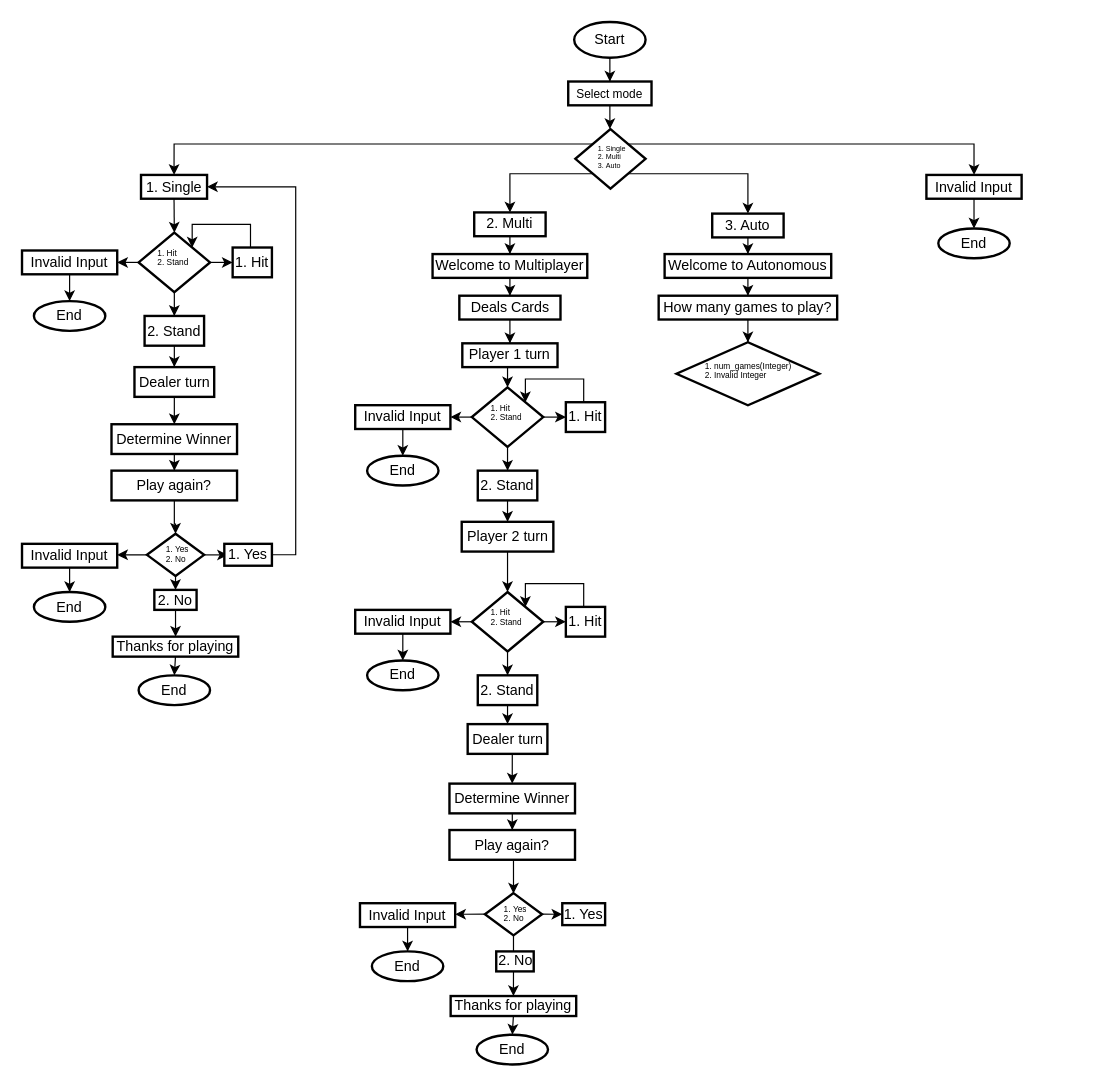
mmaritzz/LC-Project keeps this draw.io diagram as Untitled Diagram.drawio. Above is the earlier version. Source tidied: cells renumbered, new cells numbered last; positions are measured from the earlier drawing's top-left corner, leaving out a move shared by most shapes. Both pictures are drawn from the tidied source at 119%, with x=0, y=0 at pixel (21, 21).
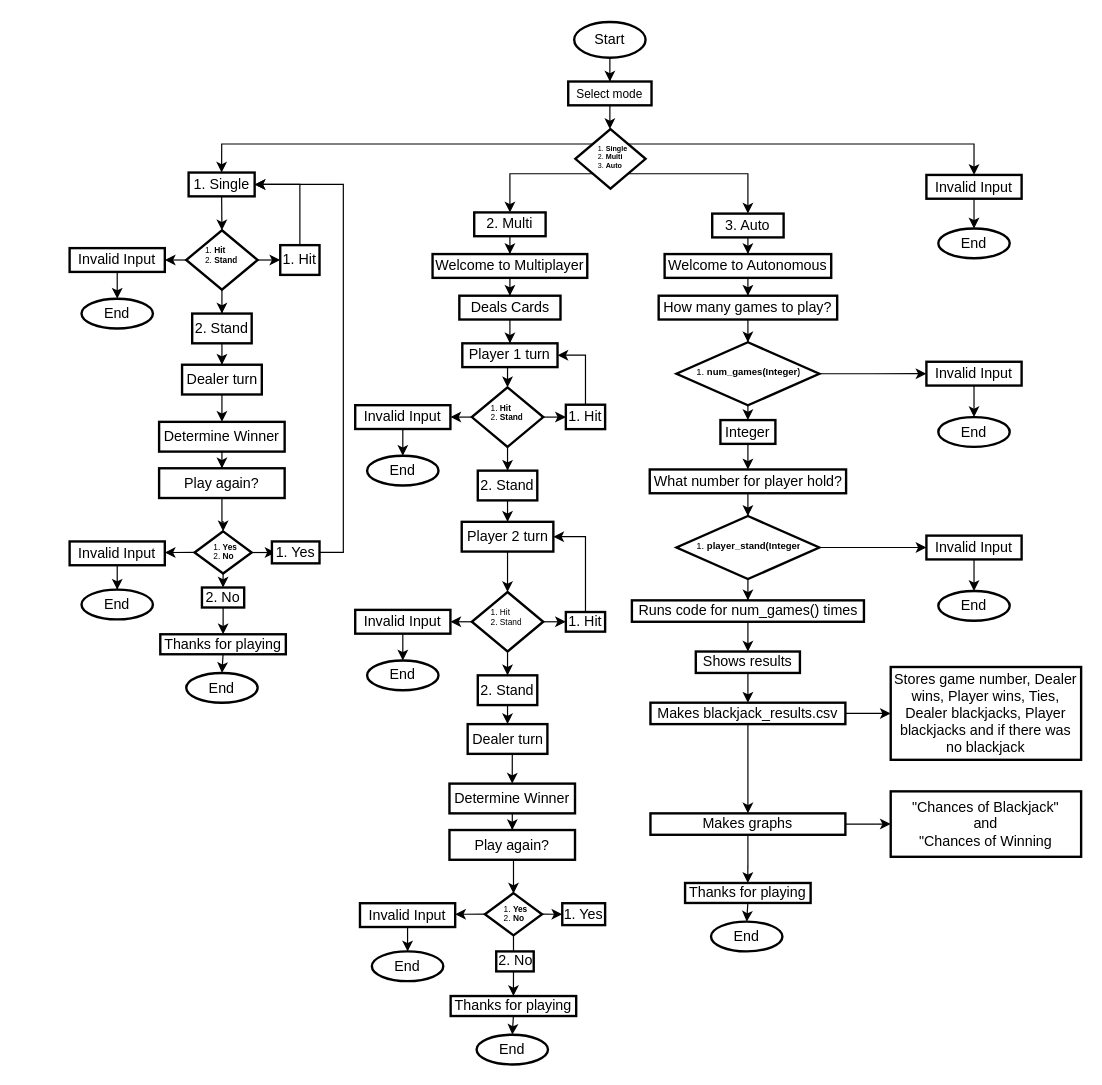
After the change.

The change refers to these unchanged cells:
```xml
<mxCell id="29" style="rhombus;whiteSpace=wrap;html=1;strokeWidth=2;" parent="1" vertex="1">
  <mxGeometry x="378" y="307" width="60" height="50" as="geometry" />
</mxCell>
<mxCell id="39" value="Player 1 turn" style="whiteSpace=wrap;html=1;strokeWidth=2;" parent="1" vertex="1">
  <mxGeometry x="370" y="270" width="80" height="20" as="geometry" />
</mxCell>
<mxCell id="41" value="Player 2 turn" style="whiteSpace=wrap;html=1;strokeWidth=2;" parent="1" vertex="1">
  <mxGeometry x="369.5" y="420" width="77" height="25" as="geometry" />
</mxCell>
<mxCell id="45" style="rhombus;whiteSpace=wrap;html=1;strokeWidth=2;" parent="1" vertex="1">
  <mxGeometry x="378" y="479" width="60" height="50" as="geometry" />
</mxCell>
<mxCell id="112" style="rhombus;whiteSpace=wrap;html=1;strokeWidth=2;" parent="1" vertex="1">
  <mxGeometry x="550" y="269.1" width="120" height="53" as="geometry" />
</mxCell>
```

Diff of the diagram source:
```diff
@@
-    <mxCell id="12" value="&lt;ol style=&quot;font-size: 6px;&quot;&gt;&lt;li&gt;Single&lt;/li&gt;&lt;li&gt;Multi&lt;/li&gt;&lt;li&gt;Auto&lt;/li&gt;&lt;/ol&gt;" style="text;strokeColor=none;fillColor=none;html=1;whiteSpace=wrap;verticalAlign=middle;overflow=hidden;" parent="1" vertex="1">
+    <mxCell id="12" value="&lt;ol style=&quot;font-size: 6px;&quot;&gt;&lt;li&gt;&lt;b&gt;Single&lt;/b&gt;&lt;/li&gt;&lt;li&gt;&lt;b&gt;Multi&lt;/b&gt;&lt;/li&gt;&lt;li&gt;&lt;b&gt;Auto&lt;/b&gt;&lt;/li&gt;&lt;/ol&gt;" style="text;strokeColor=none;fillColor=none;html=1;whiteSpace=wrap;verticalAlign=middle;overflow=hidden;" parent="1" vertex="1">
       <mxGeometry x="449" y="96" width="60" height="32.5" as="geometry" />
     </mxCell>
@@
     <mxCell id="14" value="1. Single" style="whiteSpace=wrap;html=1;strokeWidth=2;" parent="1" vertex="1">
-      <mxGeometry x="100" y="128.5" width="55.5" height="20" as="geometry" />
+      <mxGeometry x="140" y="126.5" width="55.5" height="20" as="geometry" />
     </mxCell>
@@
-    <mxCell id="30" value="&lt;ol style=&quot;font-size: 7px;&quot;&gt;&lt;li&gt;Hit&lt;/li&gt;&lt;li&gt;Stand&lt;/li&gt;&lt;/ol&gt;" style="text;strokeColor=none;fillColor=none;html=1;whiteSpace=wrap;verticalAlign=middle;overflow=hidden;" parent="1" vertex="1">
+    <mxCell id="30" value="&lt;ol style=&quot;font-size: 7px;&quot;&gt;&lt;li&gt;&lt;b&gt;Hit&lt;/b&gt;&lt;/li&gt;&lt;li&gt;&lt;b&gt;Stand&lt;/b&gt;&lt;/li&gt;&lt;/ol&gt;" style="text;strokeColor=none;fillColor=none;html=1;whiteSpace=wrap;verticalAlign=middle;overflow=hidden;" parent="1" vertex="1">
       <mxGeometry x="360" y="311" width="65" height="27" as="geometry" />
     </mxCell>
-    <mxCell id="31" style="edgeStyle=orthogonalEdgeStyle;rounded=0;jettySize=auto;html=1;exitX=0.5;exitY=0;exitDx=0;exitDy=0;entryX=1;entryY=0;entryDx=0;entryDy=0;" parent="1" edge="1" source="32" target="29">
-      <mxGeometry relative="1" as="geometry">
-        <Array as="points">
-          <mxPoint x="472" y="300" />
-          <mxPoint x="423" y="300" />
-        </Array>
-      </mxGeometry>
-    </mxCell>
+    <mxCell id="114" style="edgeStyle=orthogonalEdgeStyle;rounded=0;jettySize=auto;html=1;exitX=0.5;exitY=0;exitDx=0;exitDy=0;entryX=1;entryY=0.5;entryDx=0;entryDy=0;" parent="1" edge="1" source="32" target="39">
+      <mxGeometry relative="1" as="geometry" />
+    </mxCell>
     <mxCell id="32" value="1. Hit" style="whiteSpace=wrap;html=1;strokeWidth=2;" parent="1" vertex="1">
-      <mxGeometry x="457" y="319.5" width="33" height="25" as="geometry" />
+      <mxGeometry x="457" y="321.6" width="33" height="20.5" as="geometry" />
     </mxCell>
@@
-    <mxCell id="47" style="edgeStyle=orthogonalEdgeStyle;rounded=0;jettySize=auto;html=1;exitX=0.5;exitY=0;exitDx=0;exitDy=0;entryX=1;entryY=0;entryDx=0;entryDy=0;" parent="1" edge="1" source="48" target="45">
-      <mxGeometry relative="1" as="geometry">
-        <Array as="points">
-          <mxPoint x="472" y="472" />
-          <mxPoint x="423" y="472" />
-        </Array>
-      </mxGeometry>
-    </mxCell>
+    <mxCell id="115" style="edgeStyle=orthogonalEdgeStyle;rounded=0;jettySize=auto;html=1;exitX=0.5;exitY=0;exitDx=0;exitDy=0;entryX=1;entryY=0.5;entryDx=0;entryDy=0;" parent="1" edge="1" source="48" target="41">
+      <mxGeometry relative="1" as="geometry" />
+    </mxCell>
     <mxCell id="48" value="1. Hit" style="whiteSpace=wrap;html=1;strokeWidth=2;" parent="1" vertex="1">
-      <mxGeometry x="457" y="491.5" width="33" height="25" as="geometry" />
+      <mxGeometry x="457" y="495.8" width="33" height="16.5" as="geometry" />
     </mxCell>
@@
     <mxCell id="57" style="rhombus;whiteSpace=wrap;html=1;strokeWidth=2;" parent="1" vertex="1">
-      <mxGeometry x="98" y="177" width="60" height="50" as="geometry" />
+      <mxGeometry x="138" y="175" width="60" height="50" as="geometry" />
     </mxCell>
-    <mxCell id="58" value="&lt;ol style=&quot;font-size: 7px;&quot;&gt;&lt;li&gt;Hit&lt;/li&gt;&lt;li&gt;Stand&lt;/li&gt;&lt;/ol&gt;" style="text;strokeColor=none;fillColor=none;html=1;whiteSpace=wrap;verticalAlign=middle;overflow=hidden;" parent="1" vertex="1">
-      <mxGeometry x="80" y="181" width="65" height="27" as="geometry" />
+    <mxCell id="58" value="&lt;ol style=&quot;font-size: 7px;&quot;&gt;&lt;li&gt;&lt;b&gt;Hit&lt;/b&gt;&lt;/li&gt;&lt;li&gt;&lt;b&gt;Stand&lt;/b&gt;&lt;/li&gt;&lt;/ol&gt;" style="text;strokeColor=none;fillColor=none;html=1;whiteSpace=wrap;verticalAlign=middle;overflow=hidden;" parent="1" vertex="1">
+      <mxGeometry x="120" y="179" width="65" height="27" as="geometry" />
     </mxCell>
-    <mxCell id="59" style="edgeStyle=orthogonalEdgeStyle;rounded=0;jettySize=auto;html=1;exitX=0.5;exitY=0;exitDx=0;exitDy=0;entryX=1;entryY=0;entryDx=0;entryDy=0;" parent="1" edge="1" source="60" target="57">
-      <mxGeometry relative="1" as="geometry">
-        <Array as="points">
-          <mxPoint x="192" y="170" />
-          <mxPoint x="143" y="170" />
-        </Array>
-      </mxGeometry>
-    </mxCell>
+    <mxCell id="116" style="edgeStyle=orthogonalEdgeStyle;rounded=0;jettySize=auto;html=1;exitX=0.5;exitY=0;exitDx=0;exitDy=0;entryX=1;entryY=0.5;entryDx=0;entryDy=0;" parent="1" edge="1" source="60" target="14">
+      <mxGeometry relative="1" as="geometry" />
+    </mxCell>
     <mxCell id="60" value="1. Hit" style="whiteSpace=wrap;html=1;strokeWidth=2;" parent="1" vertex="1">
-      <mxGeometry x="177" y="189.5" width="33" height="25" as="geometry" />
+      <mxGeometry x="217" y="187.5" width="33" height="25" as="geometry" />
     </mxCell>
@@
     <mxCell id="62" value="Invalid Input" style="whiteSpace=wrap;html=1;strokeWidth=2;" parent="1" vertex="1">
-      <mxGeometry y="192" width="80" height="20" as="geometry" />
+      <mxGeometry x="40" y="190" width="80" height="20" as="geometry" />
     </mxCell>
     <mxCell id="63" value="End" style="ellipse;whiteSpace=wrap;html=1;strokeWidth=2;" parent="1" vertex="1">
-      <mxGeometry x="10" y="234.5" width="60" height="25" as="geometry" />
+      <mxGeometry x="50" y="232.5" width="60" height="25" as="geometry" />
     </mxCell>
@@
     <mxCell id="65" value="2. Stand" style="whiteSpace=wrap;html=1;strokeWidth=2;" parent="1" vertex="1">
-      <mxGeometry x="103" y="247" width="50" height="25" as="geometry" />
+      <mxGeometry x="143" y="245" width="50" height="25" as="geometry" />
     </mxCell>
@@
     <mxCell id="67" value="Dealer turn" style="whiteSpace=wrap;html=1;strokeWidth=2;" parent="1" vertex="1">
-      <mxGeometry x="94.5" y="290" width="67" height="25" as="geometry" />
+      <mxGeometry x="134.5" y="288" width="67" height="25" as="geometry" />
     </mxCell>
@@
     <mxCell id="71" value="Determine Winner" style="whiteSpace=wrap;html=1;strokeWidth=2;" parent="1" vertex="1">
-      <mxGeometry x="75.2" y="338" width="105.5" height="25" as="geometry" />
+      <mxGeometry x="115.2" y="336" width="105.5" height="25" as="geometry" />
     </mxCell>
@@
     <mxCell id="73" value="Play again?" style="whiteSpace=wrap;html=1;strokeWidth=2;" parent="1" vertex="1">
-      <mxGeometry x="75.2" y="377" width="105.5" height="25" as="geometry" />
+      <mxGeometry x="115.2" y="375" width="105.5" height="25" as="geometry" />
     </mxCell>
     <mxCell id="74" style="edgeStyle=orthogonalEdgeStyle;rounded=0;jettySize=auto;html=1;entryX=1;entryY=0.5;entryDx=0;entryDy=0;exitX=1;exitY=0.5;exitDx=0;exitDy=0;" parent="1" edge="1" source="80" target="14">
       <mxGeometry relative="1" as="geometry">
         <Array as="points">
-          <mxPoint x="230" y="448" />
-          <mxPoint x="230" y="139" />
+          <mxPoint x="270" y="446" />
+          <mxPoint x="270" y="137" />
         </Array>
       </mxGeometry>
     </mxCell>
@@
     <mxCell id="78" style="rhombus;whiteSpace=wrap;html=1;strokeWidth=2;" parent="1" vertex="1">
-      <mxGeometry x="105" y="430" width="48" height="35.5" as="geometry" />
+      <mxGeometry x="145" y="428" width="48" height="35.5" as="geometry" />
     </mxCell>
-    <mxCell id="79" value="&lt;ol style=&quot;font-size: 7px;&quot;&gt;&lt;li&gt;Yes&lt;/li&gt;&lt;li&gt;No&lt;/li&gt;&lt;/ol&gt;" style="text;strokeColor=none;fillColor=none;html=1;whiteSpace=wrap;verticalAlign=middle;overflow=hidden;" parent="1" vertex="1">
-      <mxGeometry x="87" y="430" width="63" height="32" as="geometry" />
+    <mxCell id="79" value="&lt;ol style=&quot;font-size: 7px;&quot;&gt;&lt;li&gt;&lt;b&gt;Yes&lt;/b&gt;&lt;/li&gt;&lt;li&gt;&lt;b&gt;No&lt;/b&gt;&lt;/li&gt;&lt;/ol&gt;" style="text;strokeColor=none;fillColor=none;html=1;whiteSpace=wrap;verticalAlign=middle;overflow=hidden;" parent="1" vertex="1">
+      <mxGeometry x="127" y="428" width="63" height="32" as="geometry" />
     </mxCell>
     <mxCell id="80" value="1. Yes" style="whiteSpace=wrap;html=1;strokeWidth=2;" parent="1" vertex="1">
-      <mxGeometry x="170" y="438.5" width="40" height="18.4" as="geometry" />
+      <mxGeometry x="210" y="436.5" width="40" height="18.4" as="geometry" />
     </mxCell>
@@
     <mxCell id="82" value="2. No" style="whiteSpace=wrap;html=1;strokeWidth=2;" parent="1" vertex="1">
-      <mxGeometry x="111.2" y="477.2" width="35.5" height="16.8" as="geometry" />
+      <mxGeometry x="151.2" y="475.2" width="35.5" height="16.8" as="geometry" />
     </mxCell>
@@
     <mxCell id="84" value="Invalid Input" style="whiteSpace=wrap;html=1;strokeWidth=2;" parent="1" vertex="1">
-      <mxGeometry y="438.5" width="80" height="20" as="geometry" />
+      <mxGeometry x="40" y="436.5" width="80" height="20" as="geometry" />
     </mxCell>
     <mxCell id="85" value="End" style="ellipse;whiteSpace=wrap;html=1;strokeWidth=2;" parent="1" vertex="1">
-      <mxGeometry x="10" y="479" width="60" height="25" as="geometry" />
+      <mxGeometry x="50" y="477" width="60" height="25" as="geometry" />
     </mxCell>
     <mxCell id="86" value="End" style="ellipse;whiteSpace=wrap;html=1;strokeWidth=2;" parent="1" vertex="1">
-      <mxGeometry x="98" y="549" width="60" height="25" as="geometry" />
+      <mxGeometry x="138" y="547" width="60" height="25" as="geometry" />
     </mxCell>
@@
     <mxCell id="88" value="Thanks for playing" style="whiteSpace=wrap;html=1;strokeWidth=2;" parent="1" vertex="1">
-      <mxGeometry x="76.2" y="516.5" width="105.5" height="16.8" as="geometry" />
+      <mxGeometry x="116.2" y="514.5" width="105.5" height="16.8" as="geometry" />
     </mxCell>
@@
-    <mxCell id="97" value="&lt;ol style=&quot;font-size: 7px;&quot;&gt;&lt;li&gt;Yes&lt;/li&gt;&lt;li&gt;No&lt;/li&gt;&lt;/ol&gt;" style="text;strokeColor=none;fillColor=none;html=1;whiteSpace=wrap;verticalAlign=middle;overflow=hidden;" parent="1" vertex="1">
+    <mxCell id="97" value="&lt;ol style=&quot;font-size: 7px;&quot;&gt;&lt;li&gt;&lt;b&gt;Yes&lt;/b&gt;&lt;/li&gt;&lt;li&gt;&lt;b&gt;No&lt;/b&gt;&lt;/li&gt;&lt;/ol&gt;" style="text;strokeColor=none;fillColor=none;html=1;whiteSpace=wrap;verticalAlign=middle;overflow=hidden;" parent="1" vertex="1">
       <mxGeometry x="371" y="732" width="63" height="32" as="geometry" />
     </mxCell>
@@
+    <mxCell id="117" style="edgeStyle=orthogonalEdgeStyle;rounded=0;jettySize=auto;html=1;exitX=1;exitY=0.5;exitDx=0;exitDy=0;entryX=0;entryY=0.5;entryDx=0;entryDy=0;" parent="1" edge="1" source="112" target="120">
+      <mxGeometry relative="1" as="geometry" />
+    </mxCell>
+    <mxCell id="118" style="edgeStyle=orthogonalEdgeStyle;rounded=0;jettySize=auto;html=1;exitX=0.5;exitY=1;exitDx=0;exitDy=0;entryX=0.5;entryY=0;entryDx=0;entryDy=0;" parent="1" edge="1" source="112" target="134">
+      <mxGeometry relative="1" as="geometry" />
+    </mxCell>
@@
-    <mxCell id="113" value="&lt;ol style=&quot;font-size: 7px;&quot;&gt;&lt;li&gt;num_games(Integer)&lt;/li&gt;&lt;li&gt;Invalid Integer&lt;/li&gt;&lt;/ol&gt;" style="text;strokeColor=none;fillColor=none;html=1;whiteSpace=wrap;verticalAlign=middle;overflow=hidden;" parent="1" vertex="1">
-      <mxGeometry x="540" y="276.6" width="110" height="30.5" as="geometry" />
+    <mxCell id="113" value="&lt;ol style=&quot;font-size: 7px;&quot;&gt;&lt;li style=&quot;font-size: 8px;&quot;&gt;&lt;b&gt;num_games(Integer)&lt;/b&gt;&lt;/li&gt;&lt;/ol&gt;" style="text;strokeColor=none;fillColor=none;html=1;whiteSpace=wrap;verticalAlign=middle;overflow=hidden;" parent="1" vertex="1">
+      <mxGeometry x="534" y="279" width="120" height="30.5" as="geometry" />
     </mxCell>
+    <mxCell id="119" style="edgeStyle=orthogonalEdgeStyle;rounded=0;jettySize=auto;html=1;" parent="1" edge="1" source="120" target="121">
+      <mxGeometry relative="1" as="geometry" />
+    </mxCell>
+    <mxCell id="120" value="Invalid Input" style="whiteSpace=wrap;html=1;strokeWidth=2;" parent="1" vertex="1">
+      <mxGeometry x="760" y="285.5" width="80" height="20" as="geometry" />
+    </mxCell>
+    <mxCell id="121" value="End" style="ellipse;whiteSpace=wrap;html=1;strokeWidth=2;" parent="1" vertex="1">
+      <mxGeometry x="770" y="332" width="60" height="25" as="geometry" />
+    </mxCell>
+    <mxCell id="122" style="edgeStyle=orthogonalEdgeStyle;rounded=0;jettySize=auto;html=1;" parent="1" edge="1" source="123" target="126">
+      <mxGeometry relative="1" as="geometry" />
+    </mxCell>
+    <mxCell id="123" value="What number for player hold?" style="whiteSpace=wrap;html=1;strokeWidth=2;" parent="1" vertex="1">
+      <mxGeometry x="527.5" y="376" width="165" height="20" as="geometry" />
+    </mxCell>
+    <mxCell id="124" style="edgeStyle=orthogonalEdgeStyle;rounded=0;jettySize=auto;html=1;exitX=1;exitY=0.5;exitDx=0;exitDy=0;entryX=0;entryY=0.5;entryDx=0;entryDy=0;" parent="1" edge="1" source="126" target="129">
+      <mxGeometry relative="1" as="geometry" />
+    </mxCell>
+    <mxCell id="125" style="edgeStyle=orthogonalEdgeStyle;rounded=0;jettySize=auto;html=1;" parent="1" edge="1" source="126" target="132">
+      <mxGeometry relative="1" as="geometry" />
+    </mxCell>
+    <mxCell id="126" style="rhombus;whiteSpace=wrap;html=1;strokeWidth=2;" parent="1" vertex="1">
+      <mxGeometry x="550" y="415.1" width="120" height="53" as="geometry" />
+    </mxCell>
+    <mxCell id="127" value="&lt;ol style=&quot;font-size: 7px;&quot;&gt;&lt;li style=&quot;font-size: 8px;&quot;&gt;&lt;b&gt;player_stand(Integer)&lt;/b&gt;&lt;/li&gt;&lt;/ol&gt;" style="text;strokeColor=none;fillColor=none;html=1;whiteSpace=wrap;verticalAlign=middle;overflow=hidden;" parent="1" vertex="1">
+      <mxGeometry x="534" y="425" width="120" height="30.5" as="geometry" />
+    </mxCell>
+    <mxCell id="128" style="edgeStyle=orthogonalEdgeStyle;rounded=0;jettySize=auto;html=1;" parent="1" edge="1" source="129" target="130">
+      <mxGeometry relative="1" as="geometry" />
+    </mxCell>
+    <mxCell id="129" value="Invalid Input" style="whiteSpace=wrap;html=1;strokeWidth=2;" parent="1" vertex="1">
+      <mxGeometry x="760" y="431.6" width="80" height="20" as="geometry" />
+    </mxCell>
+    <mxCell id="130" value="End" style="ellipse;whiteSpace=wrap;html=1;strokeWidth=2;" parent="1" vertex="1">
+      <mxGeometry x="770" y="478.1" width="60" height="25" as="geometry" />
+    </mxCell>
+    <mxCell id="131" style="edgeStyle=orthogonalEdgeStyle;rounded=0;jettySize=auto;html=1;" parent="1" edge="1" source="132" target="136">
+      <mxGeometry relative="1" as="geometry" />
+    </mxCell>
+    <mxCell id="132" value="Runs code for num_games() times" style="whiteSpace=wrap;html=1;strokeWidth=2;" parent="1" vertex="1">
+      <mxGeometry x="512.5" y="486" width="195" height="18" as="geometry" />
+    </mxCell>
+    <mxCell id="133" style="edgeStyle=orthogonalEdgeStyle;rounded=0;jettySize=auto;html=1;exitX=0.5;exitY=1;exitDx=0;exitDy=0;entryX=0.5;entryY=0;entryDx=0;entryDy=0;" parent="1" edge="1" source="134" target="123">
+      <mxGeometry relative="1" as="geometry" />
+    </mxCell>
+    <mxCell id="134" value="Integer" style="whiteSpace=wrap;html=1;strokeWidth=2;" parent="1" vertex="1">
+      <mxGeometry x="586.9" y="334.5" width="46.2" height="20" as="geometry" />
+    </mxCell>
+    <mxCell id="135" style="edgeStyle=orthogonalEdgeStyle;rounded=0;jettySize=auto;html=1;" parent="1" edge="1" source="136" target="139">
+      <mxGeometry relative="1" as="geometry" />
+    </mxCell>
+    <mxCell id="136" value="Shows results" style="whiteSpace=wrap;html=1;strokeWidth=2;" parent="1" vertex="1">
+      <mxGeometry x="566.2" y="529" width="87.5" height="18" as="geometry" />
+    </mxCell>
+    <mxCell id="137" style="edgeStyle=orthogonalEdgeStyle;rounded=0;jettySize=auto;html=1;exitX=1;exitY=0.5;exitDx=0;exitDy=0;entryX=0;entryY=0.5;entryDx=0;entryDy=0;" parent="1" edge="1" source="139" target="140">
+      <mxGeometry relative="1" as="geometry" />
+    </mxCell>
+    <mxCell id="138" style="edgeStyle=orthogonalEdgeStyle;rounded=0;jettySize=auto;html=1;" parent="1" edge="1" source="139" target="143">
+      <mxGeometry relative="1" as="geometry" />
+    </mxCell>
+    <mxCell id="139" value="Makes blackjack_results.csv" style="whiteSpace=wrap;html=1;strokeWidth=2;" parent="1" vertex="1">
+      <mxGeometry x="528.1" y="572" width="163.8" height="18" as="geometry" />
+    </mxCell>
+    <mxCell id="140" value="Stores game number, Dealer wins, Player wins, Ties, Dealer blackjacks, Player blackjacks and if there was no blackjack" style="whiteSpace=wrap;html=1;strokeWidth=2;" parent="1" vertex="1">
+      <mxGeometry x="730" y="542" width="160" height="78" as="geometry" />
+    </mxCell>
+    <mxCell id="141" style="edgeStyle=orthogonalEdgeStyle;rounded=0;jettySize=auto;html=1;" parent="1" edge="1" source="143" target="144">
+      <mxGeometry relative="1" as="geometry" />
+    </mxCell>
+    <mxCell id="142" style="edgeStyle=orthogonalEdgeStyle;rounded=0;jettySize=auto;html=1;exitX=0.5;exitY=1;exitDx=0;exitDy=0;entryX=0.5;entryY=0;entryDx=0;entryDy=0;" parent="1" edge="1" source="143" target="147">
+      <mxGeometry relative="1" as="geometry" />
+    </mxCell>
+    <mxCell id="143" value="Makes graphs" style="whiteSpace=wrap;html=1;strokeWidth=2;" parent="1" vertex="1">
+      <mxGeometry x="528.1" y="665" width="163.8" height="18" as="geometry" />
+    </mxCell>
+    <mxCell id="144" value="&quot;Chances of Blackjack&quot;&lt;br&gt;and&lt;br&gt;&quot;Chances of Winning" style="whiteSpace=wrap;html=1;strokeWidth=2;" parent="1" vertex="1">
+      <mxGeometry x="730" y="646.5" width="160" height="55" as="geometry" />
+    </mxCell>
+    <mxCell id="145" value="End" style="ellipse;whiteSpace=wrap;html=1;strokeWidth=2;" parent="1" vertex="1">
+      <mxGeometry x="579" y="756" width="60" height="25" as="geometry" />
+    </mxCell>
+    <mxCell id="146" style="edgeStyle=orthogonalEdgeStyle;rounded=0;jettySize=auto;html=1;exitX=0.5;exitY=1;exitDx=0;exitDy=0;entryX=0.5;entryY=0;entryDx=0;entryDy=0;" parent="1" edge="1" source="147" target="145">
+      <mxGeometry relative="1" as="geometry" />
+    </mxCell>
+    <mxCell id="147" value="Thanks for playing" style="whiteSpace=wrap;html=1;strokeWidth=2;" parent="1" vertex="1">
+      <mxGeometry x="557.2" y="723.5" width="105.5" height="16.8" as="geometry" />
+    </mxCell>
```
